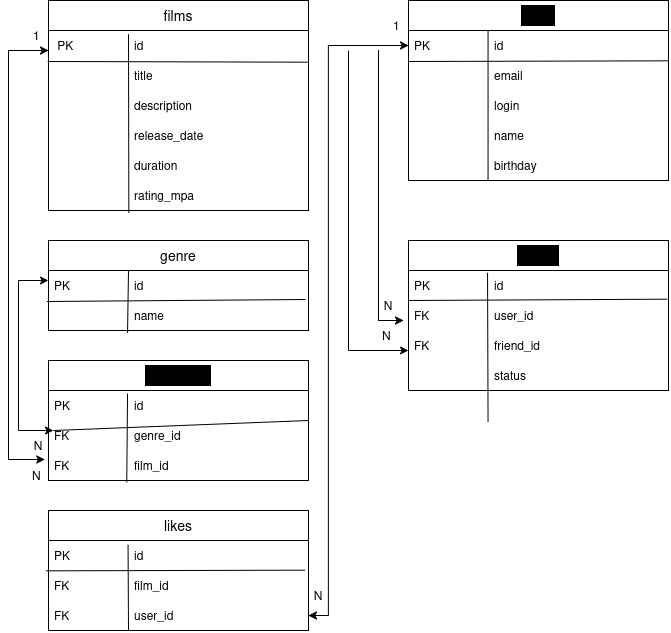
Before: src/main/resources/er/er_filmorate.png, a diagram exported from draw.io (elenatroeglazova/java-filmorate). Source tidied: cells renumbered, new cells last; positions are measured from the earlier drawing's top-left corner, leaving out a move shared by most shapes.
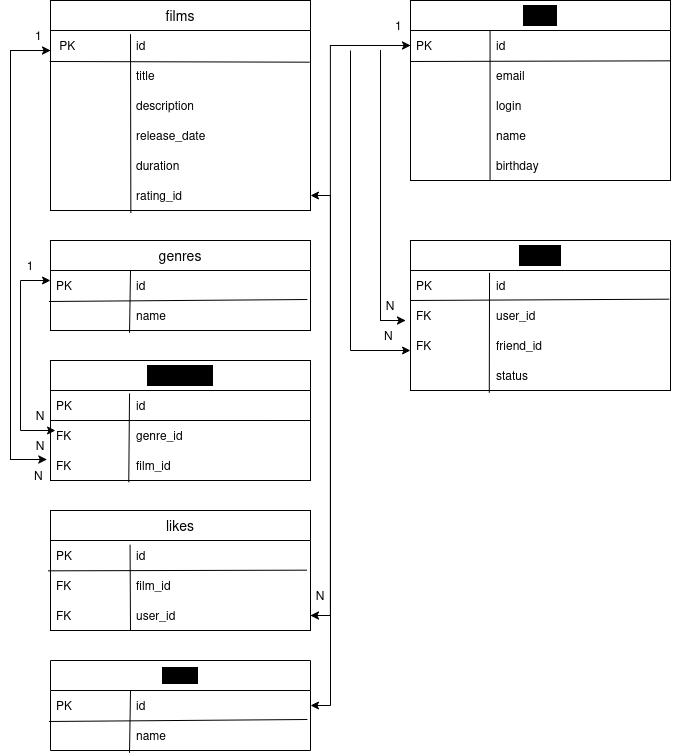
The same file after the commit.

Change to the diagram source:
```diff
@@ -28,7 +28,7 @@
     <mxCell id="9" value="&lt;span style=&quot;white-space: pre; color: light-dark(rgb(0, 0, 0), rgb(178, 102, 255));&quot;&gt;&#9;&lt;/span&gt;&lt;span style=&quot;white-space: pre; color: light-dark(rgb(0, 0, 0), rgb(178, 102, 255));&quot;&gt;&#9;&lt;/span&gt;&lt;span style=&quot;white-space: pre; color: light-dark(rgb(0, 0, 0), rgb(178, 102, 255));&quot;&gt;&#9;&lt;/span&gt;&lt;span style=&quot;color: light-dark(rgb(0, 0, 0), rgb(178, 102, 255));&quot;&gt;duration&lt;/span&gt;" style="text;strokeColor=none;fillColor=none;align=left;verticalAlign=middle;spacingLeft=4;spacingRight=4;overflow=hidden;whiteSpace=wrap;html=1;" parent="2" vertex="1">
       <mxGeometry y="150" width="260" height="30" as="geometry" />
     </mxCell>
-    <mxCell id="10" value="&lt;span style=&quot;white-space: pre; color: light-dark(rgb(0, 0, 0), rgb(178, 102, 255));&quot;&gt;&#9;&lt;/span&gt;&lt;span style=&quot;white-space: pre; color: light-dark(rgb(0, 0, 0), rgb(178, 102, 255));&quot;&gt;&#9;&lt;/span&gt;&lt;span style=&quot;white-space: pre; color: light-dark(rgb(0, 0, 0), rgb(178, 102, 255));&quot;&gt;&#9;&lt;/span&gt;&lt;span style=&quot;color: light-dark(rgb(0, 0, 0), rgb(178, 102, 255));&quot;&gt;rating_mpa&lt;/span&gt;" style="text;strokeColor=none;fillColor=none;align=left;verticalAlign=middle;spacingLeft=4;spacingRight=4;overflow=hidden;points=[[0,0.5],[1,0.5]];portConstraint=eastwest;whiteSpace=wrap;html=1;" parent="2" vertex="1">
+    <mxCell id="10" value="&lt;span style=&quot;white-space: pre; color: light-dark(rgb(0, 0, 0), rgb(178, 102, 255));&quot;&gt;&#9;&lt;/span&gt;&lt;span style=&quot;white-space: pre; color: light-dark(rgb(0, 0, 0), rgb(178, 102, 255));&quot;&gt;&#9;&lt;/span&gt;&lt;span style=&quot;white-space: pre; color: light-dark(rgb(0, 0, 0), rgb(178, 102, 255));&quot;&gt;&#9;&lt;/span&gt;&lt;span style=&quot;color: light-dark(rgb(0, 0, 0), rgb(178, 102, 255));&quot;&gt;rating_id&lt;/span&gt;" style="text;strokeColor=none;fillColor=none;align=left;verticalAlign=middle;spacingLeft=4;spacingRight=4;overflow=hidden;points=[[0,0.5],[1,0.5]];portConstraint=eastwest;whiteSpace=wrap;html=1;" parent="2" vertex="1">
       <mxGeometry y="180" width="260" height="30" as="geometry" />
     </mxCell>
     <mxCell id="11" value="&lt;font style=&quot;font-size: 14px; background-color: light-dark(rgb(0, 0, 0), rgb(153, 0, 77)); color: light-dark(rgb(0, 0, 0), rgb(255, 102, 179));&quot;&gt;users&lt;/font&gt;" style="swimlane;fontStyle=0;horizontal=1;startSize=30;whiteSpace=wrap;html=1;strokeColor=light-dark(#000000,#99004D);" parent="1" vertex="1">
@@ -57,7 +57,7 @@
     <mxCell id="18" value="&lt;span style=&quot;white-space: pre; color: light-dark(rgb(0, 0, 0), rgb(255, 102, 179));&quot;&gt;&#9;&lt;/span&gt;&lt;span style=&quot;white-space: pre; color: light-dark(rgb(0, 0, 0), rgb(255, 102, 179));&quot;&gt;&#9;&lt;/span&gt;&lt;span style=&quot;white-space: pre; color: light-dark(rgb(0, 0, 0), rgb(255, 102, 179));&quot;&gt;&#9;&lt;/span&gt;&lt;span style=&quot;color: light-dark(rgb(0, 0, 0), rgb(255, 102, 179));&quot;&gt;birthday&lt;/span&gt;" style="text;strokeColor=none;fillColor=none;align=left;verticalAlign=middle;spacingLeft=4;spacingRight=4;overflow=hidden;points=[[0,0.5],[1,0.5]];portConstraint=eastwest;whiteSpace=wrap;html=1;" parent="11" vertex="1">
       <mxGeometry y="150" width="260" height="30" as="geometry" />
     </mxCell>
-    <mxCell id="19" value="&lt;font style=&quot;font-size: 14px; background-color: light-dark(transparent, rgb(51, 0, 102)); color: light-dark(rgb(0, 0, 0), rgb(178, 102, 255));&quot;&gt;genre&lt;/font&gt;" style="swimlane;fontStyle=0;horizontal=1;startSize=30;whiteSpace=wrap;html=1;strokeColor=light-dark(#000000,#330066);" parent="1" vertex="1">
+    <mxCell id="19" value="&lt;font style=&quot;font-size: 14px; background-color: light-dark(transparent, rgb(51, 0, 102)); color: light-dark(rgb(0, 0, 0), rgb(178, 102, 255));&quot;&gt;genres&lt;/font&gt;" style="swimlane;fontStyle=0;horizontal=1;startSize=30;whiteSpace=wrap;html=1;strokeColor=light-dark(#000000,#330066);" parent="1" vertex="1">
       <mxGeometry x="40" y="240" width="260" height="90" as="geometry" />
     </mxCell>
     <mxCell id="20" value="&lt;span style=&quot;color: light-dark(rgb(0, 0, 0), rgb(178, 102, 255));&quot;&gt;PK&lt;span style=&quot;white-space: pre;&quot;&gt;&#9;&lt;span style=&quot;white-space: pre;&quot;&gt;&#9;&lt;/span&gt;&lt;span style=&quot;white-space: pre;&quot;&gt;&#9;&lt;/span&gt;id&lt;/span&gt;&lt;/span&gt;" style="text;strokeColor=none;fillColor=none;align=left;verticalAlign=middle;spacingLeft=4;spacingRight=4;overflow=hidden;points=[[0,0.5],[1,0.5]];portConstraint=eastwest;whiteSpace=wrap;html=1;" parent="19" vertex="1">
@@ -80,7 +80,7 @@
     <mxCell id="25" value="&lt;span style=&quot;color: light-dark(rgb(0, 0, 0), rgb(178, 102, 255));&quot;&gt;PK&lt;span style=&quot;white-space: pre;&quot;&gt;&#9;&lt;span style=&quot;white-space: pre;&quot;&gt;&#9;&lt;/span&gt;&lt;span style=&quot;white-space: pre;&quot;&gt;&#9;&lt;/span&gt;id&lt;/span&gt;&lt;/span&gt;" style="text;strokeColor=none;fillColor=none;align=left;verticalAlign=middle;spacingLeft=4;spacingRight=4;overflow=hidden;points=[[0,0.5],[1,0.5]];portConstraint=eastwest;whiteSpace=wrap;html=1;" parent="24" vertex="1">
       <mxGeometry y="30" width="260" height="30" as="geometry" />
     </mxCell>
-    <mxCell id="26" style="endArrow=none;html=1;rounded=0;exitX=0.75;exitY=0;exitDx=0;exitDy=0;strokeColor=light-dark(#000000,#330066);" parent="24" edge="1" source="43">
+    <mxCell id="26" style="endArrow=none;html=1;rounded=0;strokeColor=light-dark(#000000,#330066);exitX=0.667;exitY=0.667;exitDx=0;exitDy=0;exitPerimeter=0;" parent="24" edge="1" source="62">
       <mxGeometry relative="1" as="geometry">
         <mxPoint x="260" y="60" as="targetPoint" />
       </mxGeometry>
@@ -135,10 +135,8 @@
     <mxCell id="41" value="&lt;span style=&quot;white-space: pre; color: light-dark(rgb(0, 0, 0), rgb(255, 102, 179));&quot;&gt;&#9;&lt;/span&gt;&lt;span style=&quot;white-space: pre; color: light-dark(rgb(0, 0, 0), rgb(255, 102, 179));&quot;&gt;&#9;&lt;/span&gt;&lt;span style=&quot;white-space: pre; color: light-dark(rgb(0, 0, 0), rgb(255, 102, 179));&quot;&gt;&#9;&lt;/span&gt;&lt;span style=&quot;color: light-dark(rgb(0, 0, 0), rgb(255, 102, 179));&quot;&gt;status&lt;/span&gt;" style="text;strokeColor=none;fillColor=none;align=left;verticalAlign=middle;spacingLeft=4;spacingRight=4;overflow=hidden;points=[[0,0.5],[1,0.5]];portConstraint=eastwest;whiteSpace=wrap;html=1;" parent="36" vertex="1">
       <mxGeometry y="120" width="260" height="30" as="geometry" />
     </mxCell>
-    <mxCell id="42" style="endArrow=none;html=1;rounded=0;exitX=0.306;exitY=1.033;exitDx=0;exitDy=0;exitPerimeter=0;entryX=0.304;entryY=0.078;entryDx=0;entryDy=0;entryPerimeter=0;strokeColor=light-dark(#000000,#99004D);" parent="36" edge="1" target="37">
-      <mxGeometry relative="1" as="geometry">
-        <mxPoint x="79.6" y="181" as="sourcePoint" />
-      </mxGeometry>
+    <mxCell id="42" style="endArrow=none;html=1;rounded=0;exitX=0.303;exitY=1.07;exitDx=0;exitDy=0;exitPerimeter=0;entryX=0.304;entryY=0.078;entryDx=0;entryDy=0;entryPerimeter=0;strokeColor=light-dark(#000000,#99004D);" parent="36" edge="1" source="41" target="37">
+      <mxGeometry relative="1" as="geometry" />
     </mxCell>
     <mxCell id="43" value="&lt;span style=&quot;color: light-dark(rgb(0, 0, 0), rgb(255, 255, 0));&quot;&gt;N&lt;/span&gt;" style="text;html=1;whiteSpace=wrap;strokeColor=none;fillColor=none;align=center;verticalAlign=middle;rounded=0;" parent="1" vertex="1">
       <mxGeometry y="430" width="60" height="30" as="geometry" />
@@ -204,5 +202,36 @@
     <mxCell id="54" value="&lt;span style=&quot;color: light-dark(rgb(0, 0, 0), rgb(255, 255, 0));&quot;&gt;N&lt;/span&gt;&amp;nbsp;" style="text;html=1;whiteSpace=wrap;strokeColor=none;fillColor=none;align=center;verticalAlign=middle;rounded=0;" parent="1" vertex="1">
       <mxGeometry x="350" y="320" width="60" height="30" as="geometry" />
     </mxCell>
+    <mxCell id="55" value="&lt;span style=&quot;background-color: light-dark(rgb(0, 0, 0), rgb(51, 0, 102));&quot;&gt;ratings&lt;/span&gt;" style="swimlane;fontStyle=0;horizontal=1;startSize=30;whiteSpace=wrap;html=1;strokeColor=light-dark(#000000,#330066);fontColor=light-dark(#000000,#B266FF);" parent="1" vertex="1">
+      <mxGeometry x="40" y="660" width="260" height="90" as="geometry" />
+    </mxCell>
+    <mxCell id="56" value="&lt;span style=&quot;color: light-dark(rgb(0, 0, 0), rgb(178, 102, 255));&quot;&gt;PK&lt;span style=&quot;white-space: pre;&quot;&gt;&#9;&lt;span style=&quot;white-space: pre;&quot;&gt;&#9;&lt;/span&gt;&lt;span style=&quot;white-space: pre;&quot;&gt;&#9;&lt;/span&gt;id&lt;/span&gt;&lt;/span&gt;" style="text;strokeColor=none;fillColor=none;align=left;verticalAlign=middle;spacingLeft=4;spacingRight=4;overflow=hidden;points=[[0,0.5],[1,0.5]];portConstraint=eastwest;whiteSpace=wrap;html=1;" parent="55" vertex="1">
+      <mxGeometry y="30" width="260" height="30" as="geometry" />
+    </mxCell>
+    <mxCell id="57" style="endArrow=none;html=1;rounded=0;entryX=0.988;entryY=0.967;entryDx=0;entryDy=0;entryPerimeter=0;exitX=-0.006;exitY=0.033;exitDx=0;exitDy=0;exitPerimeter=0;strokeColor=light-dark(#000000,#330066);" parent="55" edge="1" source="59" target="56">
+      <mxGeometry relative="1" as="geometry" />
+    </mxCell>
+    <mxCell id="58" style="endArrow=none;html=1;rounded=0;exitX=0.304;exitY=1.078;exitDx=0;exitDy=0;exitPerimeter=0;strokeColor=light-dark(#000000,#330066);" parent="55" edge="1" source="59">
+      <mxGeometry relative="1" as="geometry">
+        <mxPoint x="80" y="30" as="targetPoint" />
+      </mxGeometry>
+    </mxCell>
+    <mxCell id="59" value="&lt;span style=&quot;white-space: pre; color: light-dark(rgb(0, 0, 0), rgb(178, 102, 255));&quot;&gt;&#9;&lt;/span&gt;&lt;span style=&quot;white-space: pre; color: light-dark(rgb(0, 0, 0), rgb(178, 102, 255));&quot;&gt;&#9;&lt;/span&gt;&lt;span style=&quot;white-space: pre; color: light-dark(rgb(0, 0, 0), rgb(178, 102, 255));&quot;&gt;&#9;&lt;/span&gt;&lt;span style=&quot;color: light-dark(rgb(0, 0, 0), rgb(178, 102, 255));&quot;&gt;name&lt;/span&gt;" style="text;strokeColor=none;fillColor=none;align=left;verticalAlign=middle;spacingLeft=4;spacingRight=4;overflow=hidden;points=[[0,0.5],[1,0.5]];portConstraint=eastwest;whiteSpace=wrap;html=1;" parent="55" vertex="1">
+      <mxGeometry y="60" width="260" height="30" as="geometry" />
+    </mxCell>
+    <mxCell id="60" style="endArrow=classic;startArrow=classic;html=1;rounded=0;defaultLabelBackgroundColor=page;entryX=1;entryY=0.5;entryDx=0;entryDy=0;exitX=1;exitY=0.5;exitDx=0;exitDy=0;strokeColor=light-dark(#000000,#FFFF99);" parent="1" edge="1" source="55" target="10">
+      <mxGeometry relative="1" as="geometry">
+        <Array as="points">
+          <mxPoint x="320" y="705" />
+          <mxPoint x="320" y="195" />
+        </Array>
+      </mxGeometry>
+    </mxCell>
+    <mxCell id="61" value="1" style="text;html=1;whiteSpace=wrap;strokeColor=none;fillColor=none;align=center;verticalAlign=middle;rounded=0;fontColor=light-dark(#000000,#FFFF00);" parent="1" vertex="1">
+      <mxGeometry x="-10" y="250" width="60" height="30" as="geometry" />
+    </mxCell>
+    <mxCell id="62" value="N" style="text;html=1;whiteSpace=wrap;strokeColor=none;fillColor=none;align=center;verticalAlign=middle;rounded=0;fontColor=light-dark(#000000,#FFFF00);" parent="1" vertex="1">
+      <mxGeometry y="400" width="60" height="30" as="geometry" />
+    </mxCell>
   </root>
 </mxGraphModel>
```
